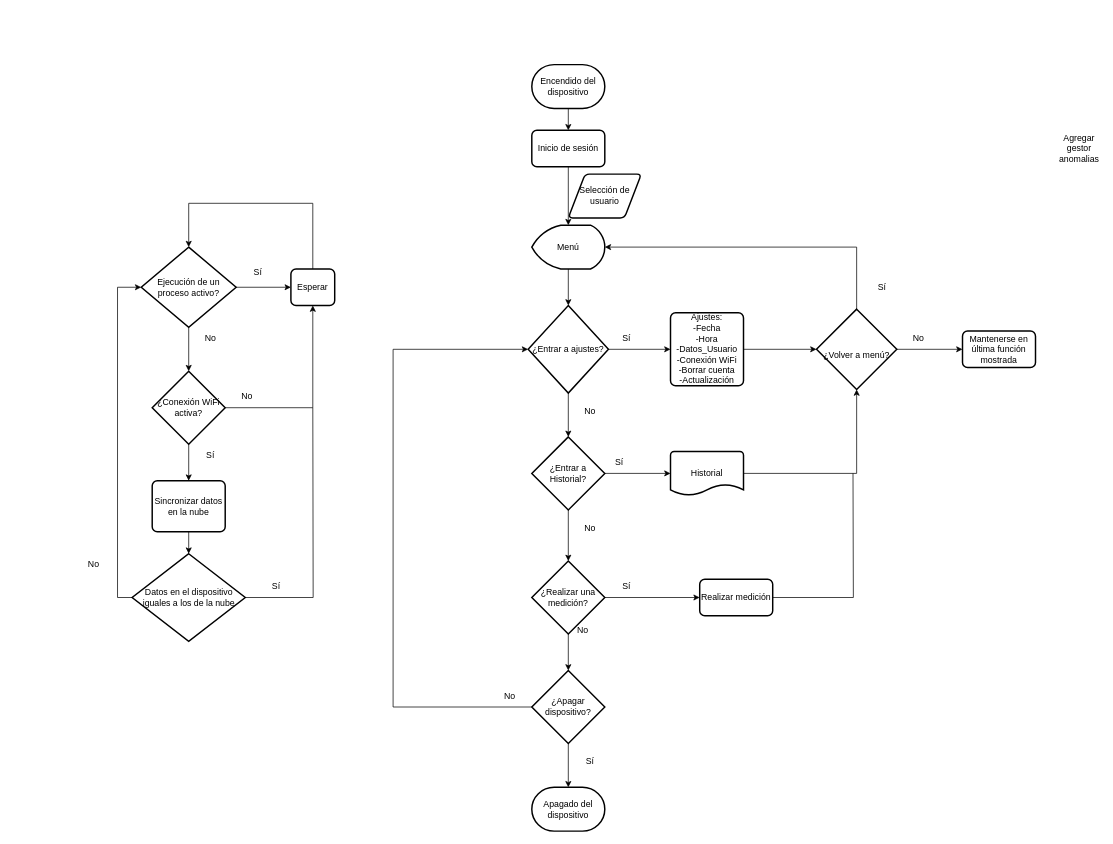
The draw.io diagram Tercera_Fase/Diagramas de software/Diagrama_General.drawio in Angeloib98/BIATRONIC, before the edit. Source tidied: cells renumbered, new cells numbered last; positions are measured from the earlier drawing's top-left corner, leaving out a move shared by most shapes. Both pictures are drawn from the tidied source at 73%, with x=0, y=0 at pixel (72, 64).
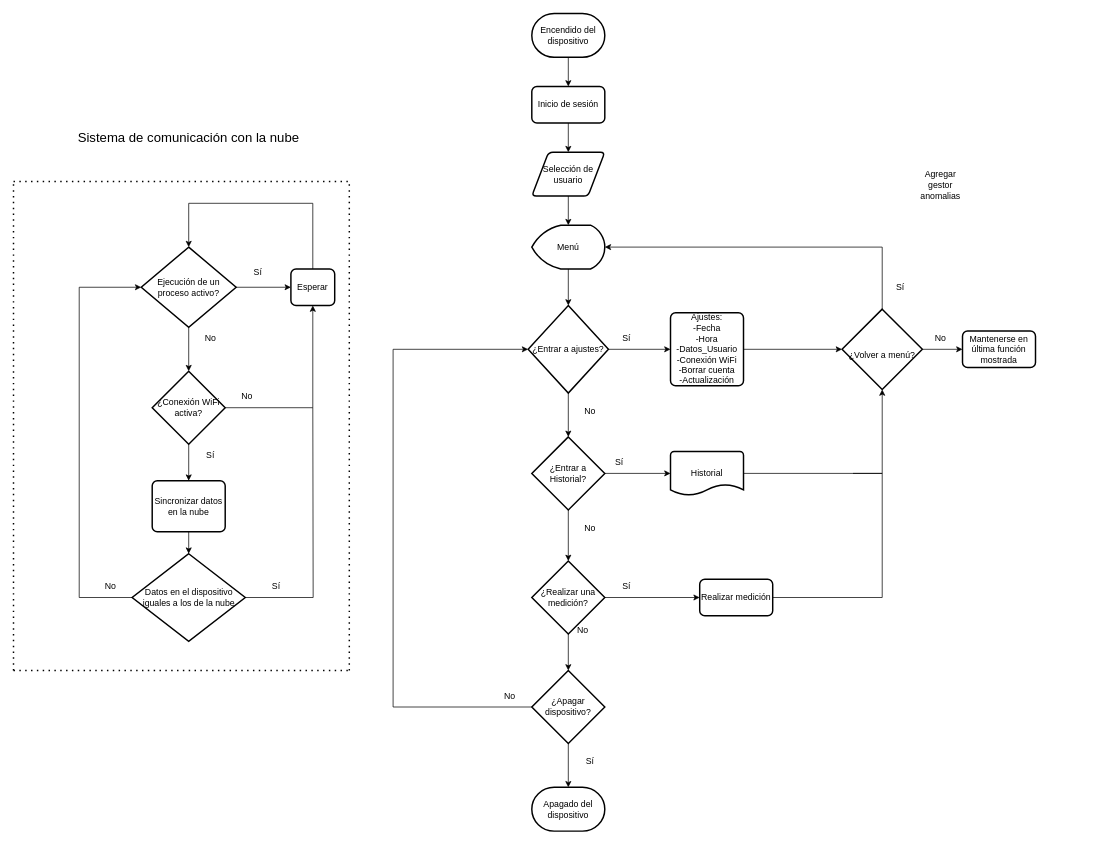
Above is the later version.

Unchanged cells that the change refers to:
```xml
<mxCell id="29" value="Realizar medición" style="rounded=1;whiteSpace=wrap;html=1;absoluteArcSize=1;arcSize=14;strokeWidth=2;" parent="1" vertex="1">
  <mxGeometry x="860" y="705" width="100" height="50" as="geometry" />
</mxCell>
<mxCell id="38" value="Ejecución de un proceso activo?" style="strokeWidth=2;html=1;shape=mxgraph.flowchart.decision;whiteSpace=wrap;" parent="1" vertex="1">
  <mxGeometry x="95" y="250" width="130" height="110" as="geometry" />
</mxCell>
<mxCell id="49" value="Datos en el dispositivo iguales a los de la nube" style="strokeWidth=2;html=1;shape=mxgraph.flowchart.decision;whiteSpace=wrap;" parent="1" vertex="1">
  <mxGeometry x="82.5" y="670" width="155" height="120" as="geometry" />
</mxCell>
<mxCell id="53" value="Menú" style="strokeWidth=2;html=1;shape=mxgraph.flowchart.display;whiteSpace=wrap;" parent="1" vertex="1">
  <mxGeometry x="630" y="220" width="100" height="60" as="geometry" />
</mxCell>
```

The edit, as a diff of the source:
```diff
@@
-    <mxCell id="18" value="Encendido del dispositivo" style="strokeWidth=2;html=1;shape=mxgraph.flowchart.terminator;whiteSpace=wrap;" parent="1" vertex="1">
-      <mxGeometry x="630" width="100" height="60" as="geometry" />
+    <mxCell id="18" value="Encendido del dispositivo" style="strokeWidth=2;html=1;shape=mxgraph.flowchart.terminator;whiteSpace=wrap;fillColor=default;strokeColor=default;fontColor=default;" parent="1" vertex="1">
+      <mxGeometry x="630" y="-70" width="100" height="60" as="geometry" />
     </mxCell>
@@
-    <mxCell id="28" style="edgeStyle=orthogonalEdgeStyle;rounded=0;jettySize=auto;html=1;exitX=1;exitY=0.5;exitDx=0;exitDy=0;endArrow=none;endFill=0;" parent="1" edge="1" source="29">
+    <mxCell id="28" style="edgeStyle=orthogonalEdgeStyle;rounded=0;jettySize=auto;html=1;exitX=1;exitY=0.5;exitDx=0;exitDy=0;endArrow=none;endFill=0;strokeColor=default;labelBackgroundColor=default;fontColor=default;" parent="1" edge="1" source="29">
       <mxGeometry relative="1" as="geometry">
         <mxPoint x="1070" y="560" as="targetPoint" />
+        <Array as="points">
+          <mxPoint x="1110" y="730" />
+          <mxPoint x="1110" y="560" />
+        </Array>
       </mxGeometry>
     </mxCell>
@@
-    <mxCell id="45" style="edgeStyle=orthogonalEdgeStyle;rounded=0;jettySize=auto;html=1;exitX=0.5;exitY=1;exitDx=0;exitDy=0;entryX=0.5;entryY=0;entryDx=0;entryDy=0;entryPerimeter=0;" parent="1" edge="1" source="46" target="53">
-      <mxGeometry relative="1" as="geometry" />
-    </mxCell>
+    <mxCell id="62" style="edgeStyle=orthogonalEdgeStyle;rounded=0;jettySize=auto;html=1;exitX=0.5;exitY=1;exitDx=0;exitDy=0;entryX=0.5;entryY=0;entryDx=0;entryDy=0;fontColor=default;" parent="1" edge="1" source="46" target="60">
+      <mxGeometry relative="1" as="geometry" />
+    </mxCell>
-    <mxCell id="46" value="Inicio de sesión" style="rounded=1;whiteSpace=wrap;html=1;absoluteArcSize=1;arcSize=14;strokeWidth=2;" parent="1" vertex="1">
-      <mxGeometry x="630" y="90" width="100" height="50" as="geometry" />
+    <mxCell id="46" value="Inicio de sesión" style="rounded=1;whiteSpace=wrap;html=1;absoluteArcSize=1;arcSize=14;strokeWidth=2;fillColor=default;strokeColor=default;fontColor=default;" parent="1" vertex="1">
+      <mxGeometry x="630" y="30" width="100" height="50" as="geometry" />
     </mxCell>
-    <mxCell id="47" style="edgeStyle=orthogonalEdgeStyle;rounded=0;jettySize=auto;html=1;exitX=0;exitY=0.5;exitDx=0;exitDy=0;exitPerimeter=0;entryX=0;entryY=0.5;entryDx=0;entryDy=0;entryPerimeter=0;" parent="1" edge="1" source="49" target="38">
-      <mxGeometry relative="1" as="geometry" />
+    <mxCell id="47" style="edgeStyle=orthogonalEdgeStyle;rounded=0;jettySize=auto;html=1;exitX=0;exitY=0.5;exitDx=0;exitDy=0;exitPerimeter=0;entryX=0;entryY=0.5;entryDx=0;entryDy=0;entryPerimeter=0;strokeColor=default;labelBackgroundColor=default;fontColor=default;" parent="1" edge="1" source="49" target="38">
+      <mxGeometry relative="1" as="geometry">
+        <Array as="points">
+          <mxPoint x="10" y="730" />
+          <mxPoint x="10" y="305" />
+        </Array>
+      </mxGeometry>
     </mxCell>
@@
-    <mxCell id="51" value="No" style="text;html=1;strokeColor=none;fillColor=none;align=center;verticalAlign=middle;whiteSpace=wrap;rounded=0;" parent="1" vertex="1">
-      <mxGeometry y="670" width="60" height="30" as="geometry" />
+    <mxCell id="51" value="No" style="text;html=1;strokeColor=none;fillColor=none;align=center;verticalAlign=middle;whiteSpace=wrap;rounded=0;fontColor=default;" parent="1" vertex="1">
+      <mxGeometry x="22.5" y="700" width="60" height="30" as="geometry" />
     </mxCell>
@@
-    <mxCell id="56" value="&lt;br&gt;¿Volver a menú?" style="strokeWidth=2;html=1;shape=mxgraph.flowchart.decision;whiteSpace=wrap;" parent="1" vertex="1">
-      <mxGeometry x="1020" y="335" width="110" height="110" as="geometry" />
+    <mxCell id="56" value="&lt;br&gt;¿Volver a menú?" style="strokeWidth=2;html=1;shape=mxgraph.flowchart.decision;whiteSpace=wrap;fillColor=default;strokeColor=default;fontColor=default;" parent="1" vertex="1">
+      <mxGeometry x="1055" y="335" width="110" height="110" as="geometry" />
     </mxCell>
@@
-    <mxCell id="58" value="No" style="text;html=1;strokeColor=none;fillColor=none;align=center;verticalAlign=middle;whiteSpace=wrap;rounded=0;" parent="1" vertex="1">
-      <mxGeometry x="1130" y="360" width="60" height="30" as="geometry" />
+    <mxCell id="58" value="No" style="text;html=1;strokeColor=none;fillColor=none;align=center;verticalAlign=middle;whiteSpace=wrap;rounded=0;fontColor=default;" parent="1" vertex="1">
+      <mxGeometry x="1160" y="360" width="60" height="30" as="geometry" />
     </mxCell>
-    <mxCell id="59" value="Sí" style="text;html=1;strokeColor=none;fillColor=none;align=center;verticalAlign=middle;whiteSpace=wrap;rounded=0;" parent="1" vertex="1">
-      <mxGeometry x="1080" y="290" width="60" height="30" as="geometry" />
+    <mxCell id="59" value="Sí" style="text;html=1;strokeColor=none;fillColor=none;align=center;verticalAlign=middle;whiteSpace=wrap;rounded=0;fontColor=default;" parent="1" vertex="1">
+      <mxGeometry x="1105" y="290" width="60" height="30" as="geometry" />
     </mxCell>
+    <mxCell id="63" style="edgeStyle=orthogonalEdgeStyle;rounded=0;jettySize=auto;html=1;exitX=0.5;exitY=1;exitDx=0;exitDy=0;entryX=0.5;entryY=0;entryDx=0;entryDy=0;entryPerimeter=0;fontColor=default;" parent="1" edge="1" source="60" target="53">
+      <mxGeometry relative="1" as="geometry" />
+    </mxCell>
-    <mxCell id="60" value="Selección de usuario" style="shape=parallelogram;html=1;strokeWidth=2;perimeter=parallelogramPerimeter;whiteSpace=wrap;rounded=1;arcSize=12;size=0.23;" parent="1" vertex="1">
-      <mxGeometry x="680" y="150" width="100" height="60" as="geometry" />
+    <mxCell id="60" value="Selección de usuario" style="shape=parallelogram;html=1;strokeWidth=2;perimeter=parallelogramPerimeter;whiteSpace=wrap;rounded=1;arcSize=12;size=0.23;fillColor=default;strokeColor=default;fontColor=default;" parent="1" vertex="1">
+      <mxGeometry x="630" y="120" width="100" height="60" as="geometry" />
     </mxCell>
+    <mxCell id="64" style="endArrow=none;dashed=1;html=1;dashPattern=1 3;strokeWidth=2;rounded=0;labelBackgroundColor=default;fontColor=default;strokeColor=default;" parent="1" edge="1">
+      <mxGeometry relative="1" as="geometry">
+        <mxPoint x="-80" y="830" as="sourcePoint" />
+        <mxPoint x="-80" y="160" as="targetPoint" />
+      </mxGeometry>
+    </mxCell>
+    <mxCell id="65" style="endArrow=none;dashed=1;html=1;dashPattern=1 3;strokeWidth=2;rounded=0;labelBackgroundColor=default;fontColor=default;strokeColor=default;" parent="1" edge="1">
+      <mxGeometry relative="1" as="geometry">
+        <mxPoint x="380" y="830" as="sourcePoint" />
+        <mxPoint x="380" y="160" as="targetPoint" />
+      </mxGeometry>
+    </mxCell>
+    <mxCell id="66" style="endArrow=none;dashed=1;html=1;dashPattern=1 3;strokeWidth=2;rounded=0;labelBackgroundColor=default;fontColor=default;strokeColor=default;" parent="1" edge="1">
+      <mxGeometry relative="1" as="geometry">
+        <mxPoint x="-80" y="160" as="sourcePoint" />
+        <mxPoint x="380" y="160" as="targetPoint" />
+      </mxGeometry>
+    </mxCell>
+    <mxCell id="67" style="endArrow=none;dashed=1;html=1;dashPattern=1 3;strokeWidth=2;rounded=0;labelBackgroundColor=default;fontColor=default;strokeColor=default;" parent="1" edge="1">
+      <mxGeometry relative="1" as="geometry">
+        <mxPoint x="-80" y="830" as="sourcePoint" />
+        <mxPoint x="380" y="830" as="targetPoint" />
+      </mxGeometry>
+    </mxCell>
+    <mxCell id="68" value="&lt;font style=&quot;font-size: 18px&quot;&gt;Sistema de comunicación con la nube&lt;/font&gt;" style="text;html=1;strokeColor=none;fillColor=none;align=center;verticalAlign=middle;whiteSpace=wrap;rounded=0;fontColor=default;" parent="1" vertex="1">
+      <mxGeometry x="-15" y="40" width="350" height="120" as="geometry" />
+    </mxCell>
-    <mxCell id="61" value="Agregar gestor anomalias" style="text;html=1;strokeColor=none;fillColor=none;align=center;verticalAlign=middle;whiteSpace=wrap;rounded=0;" parent="1" vertex="1">
-      <mxGeometry x="1350" y="100" width="60" height="30" as="geometry" />
+    <mxCell id="61" value="Agregar gestor anomalias" style="text;html=1;strokeColor=none;fillColor=none;align=center;verticalAlign=middle;whiteSpace=wrap;rounded=0;fontColor=default;" parent="1" vertex="1">
+      <mxGeometry x="1160" y="150" width="60" height="30" as="geometry" />
     </mxCell>
```
